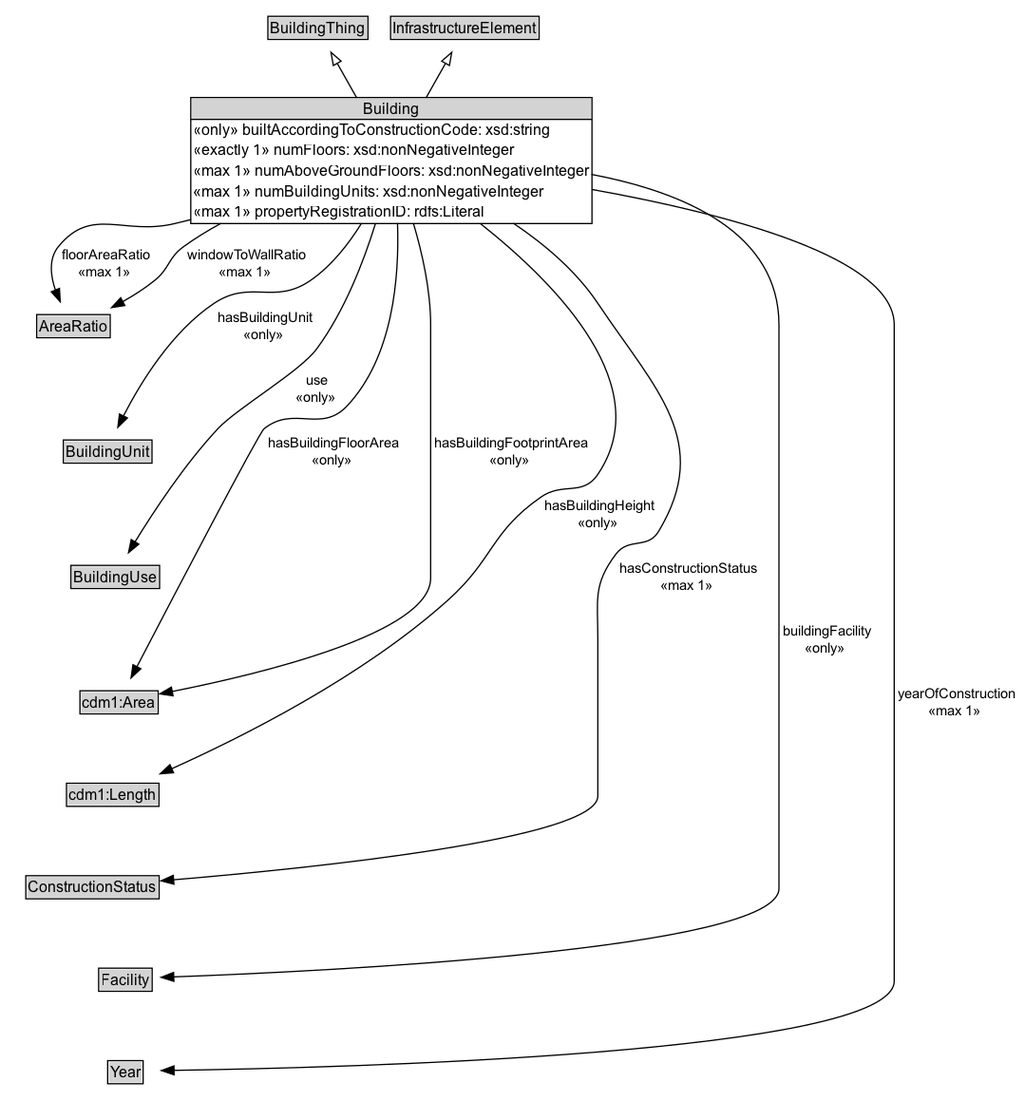
ISO-TC204/ontology-cdm-p2-v1 keeps this Graphviz diagram as docs/diagrams/Building.dot.png. Above is the earlier version. Its source is kept beside it as docs/diagrams/Building.dot.
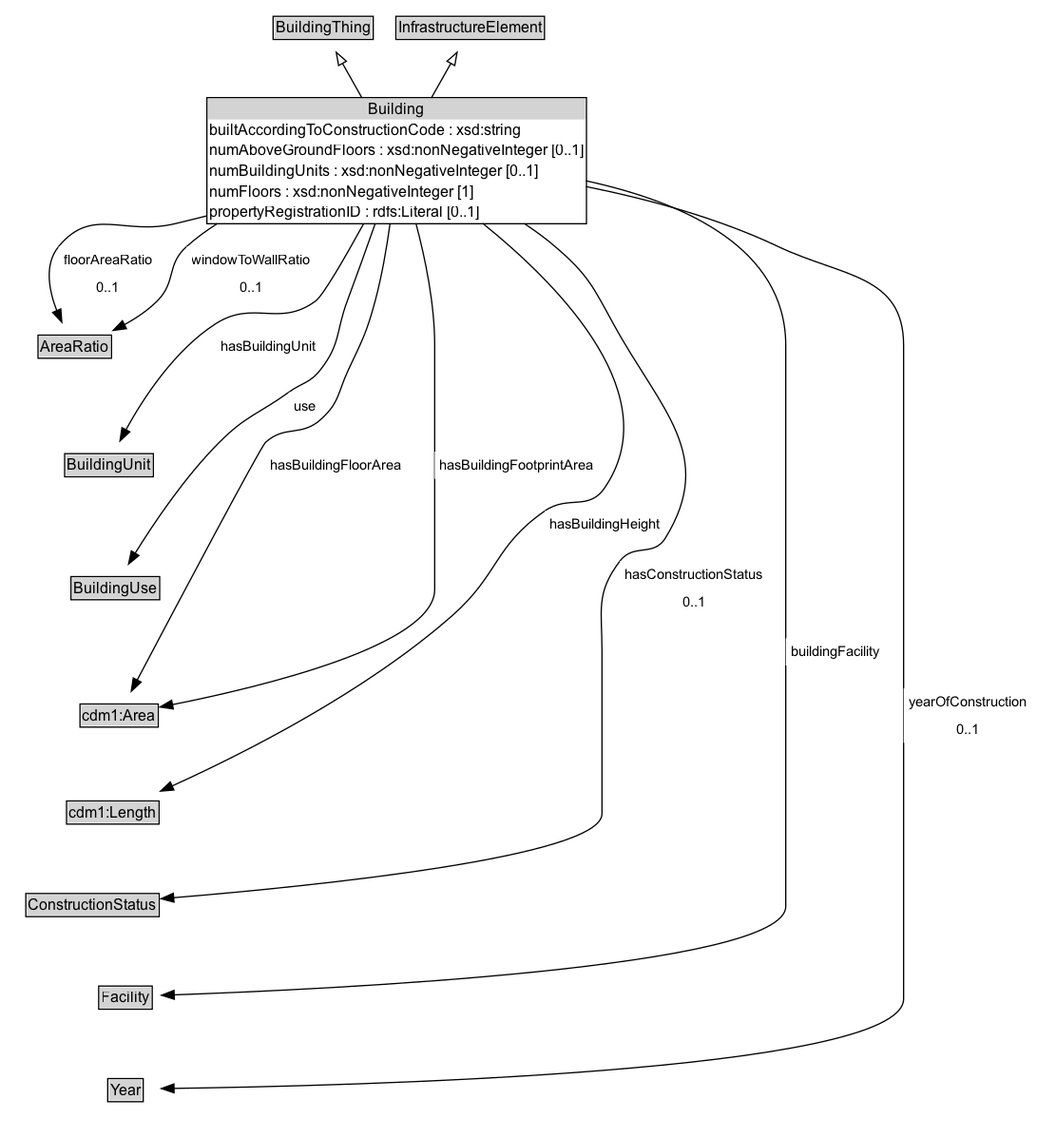
The same diagram one commit later.

The edit, as a diff of the source:
```diff
@@ -3,24 +3,27 @@
 	node [fontname=Arial fontsize=12 margin=0 shape=none]
 	edge [fontname=Arial fontsize=11]
 	{
+		rank=source
+		BuildingThing [label=<<TABLE BORDER="1" CELLBORDER="0" CELLSPACING="0" CELLPADDING="1"><TR><TD BGCOLOR="lightgray" ALIGN="CENTER">BuildingThing</TD></TR></TABLE>> URL="../BuildingThing" margin=0]
+		InfrastructureElement [label=<<TABLE BORDER="1" CELLBORDER="0" CELLSPACING="0" CELLPADDING="1"><TR><TD BGCOLOR="lightgray" ALIGN="CENTER">InfrastructureElement</TD></TR></TABLE>> URL="../InfrastructureElement" margin=0]
+	}
+	Building [label=<<TABLE BORDER="1" CELLBORDER="0" CELLSPACING="0" CELLPADDING="1"><TR><TD BGCOLOR="lightgray" ALIGN="CENTER">Building</TD></TR><TR><TD ALIGN="LEFT">builtAccordingToConstructionCode : xsd:string</TD></TR><TR><TD ALIGN="LEFT">numAboveGroundFloors : xsd:nonNegativeInteger [0..1]</TD></TR><TR><TD ALIGN="LEFT">numBuildingUnits : xsd:nonNegativeInteger [0..1]</TD></TR><TR><TD ALIGN="LEFT">numFloors : xsd:nonNegativeInteger [1]</TD></TR><TR><TD ALIGN="LEFT">propertyRegistrationID : rdfs:Literal [0..1]</TD></TR></TABLE>> URL="../Building" margin=0]
+	{
 		rank=max
-		Building [label=<<TABLE BORDER="1" CELLBORDER="0" CELLSPACING="0" CELLPADDING="1"><TR><TD BGCOLOR="lightgray" ALIGN="CENTER" PORT="e">Building</TD></TR><HR/><TR><TD ALIGN="LEFT">«only» builtAccordingToConstructionCode: xsd:string</TD></TR><TR><TD ALIGN="LEFT">«exactly 1» numFloors: xsd:nonNegativeInteger</TD></TR><TR><TD ALIGN="LEFT">«max 1» numAboveGroundFloors: xsd:nonNegativeInteger</TD></TR><TR><TD ALIGN="LEFT">«max 1» numBuildingUnits: xsd:nonNegativeInteger</TD></TR><TR><TD ALIGN="LEFT">«max 1» propertyRegistrationID: rdfs:Literal</TD></TR></TABLE>> URL="../Building.md" margin=0]
 	}
 	subgraph cluster_associated {
 		label="" style=invis
 		Invis [label=<<TABLE BORDER="0" CELLBORDER="0" CELLSPACING="0" CELLPADDING="1"><TR><TD></TD></TR></TABLE>> margin=0 style=invis]
-		AreaRatio [label=<<TABLE BORDER="1" CELLBORDER="0" CELLSPACING="0" CELLPADDING="1"><TR><TD BGCOLOR="lightgray" ALIGN="CENTER">AreaRatio</TD></TR></TABLE>> URL="../AreaRatio.md" margin=0]
-		BuildingUnit [label=<<TABLE BORDER="1" CELLBORDER="0" CELLSPACING="0" CELLPADDING="1"><TR><TD BGCOLOR="lightgray" ALIGN="CENTER">BuildingUnit</TD></TR></TABLE>> URL="../BuildingUnit.md" margin=0]
-		BuildingUse [label=<<TABLE BORDER="1" CELLBORDER="0" CELLSPACING="0" CELLPADDING="1"><TR><TD BGCOLOR="lightgray" ALIGN="CENTER">BuildingUse</TD></TR></TABLE>> URL="../BuildingUse.md" margin=0]
-		cdm1_Area [label=<<TABLE BORDER="1" CELLBORDER="0" CELLSPACING="0" CELLPADDING="1"><TR><TD BGCOLOR="lightgray" ALIGN="CENTER">cdm1:Area</TD></TR></TABLE>> margin=0]
-		cdm1_Length [label=<<TABLE BORDER="1" CELLBORDER="0" CELLSPACING="0" CELLPADDING="1"><TR><TD BGCOLOR="lightgray" ALIGN="CENTER">cdm1:Length</TD></TR></TABLE>> margin=0]
-		ConstructionStatus [label=<<TABLE BORDER="1" CELLBORDER="0" CELLSPACING="0" CELLPADDING="1"><TR><TD BGCOLOR="lightgray" ALIGN="CENTER">ConstructionStatus</TD></TR></TABLE>> URL="../ConstructionStatus.md" margin=0]
-		Facility [label=<<TABLE BORDER="1" CELLBORDER="0" CELLSPACING="0" CELLPADDING="1"><TR><TD BGCOLOR="lightgray" ALIGN="CENTER">Facility</TD></TR></TABLE>> URL="../Facility.md" margin=0]
-		Year [label=<<TABLE BORDER="1" CELLBORDER="0" CELLSPACING="0" CELLPADDING="1"><TR><TD BGCOLOR="lightgray" ALIGN="CENTER">Year</TD></TR></TABLE>> URL="../Year.md" margin=0]
+		AreaRatio [label=<<TABLE BORDER="1" CELLBORDER="0" CELLSPACING="0" CELLPADDING="1"><TR><TD BGCOLOR="lightgray" ALIGN="CENTER">AreaRatio</TD></TR></TABLE>> URL="../AreaRatio" margin=0]
+		BuildingUnit [label=<<TABLE BORDER="1" CELLBORDER="0" CELLSPACING="0" CELLPADDING="1"><TR><TD BGCOLOR="lightgray" ALIGN="CENTER">BuildingUnit</TD></TR></TABLE>> URL="../BuildingUnit" margin=0]
+		BuildingUse [label=<<TABLE BORDER="1" CELLBORDER="0" CELLSPACING="0" CELLPADDING="1"><TR><TD BGCOLOR="lightgray" ALIGN="CENTER">BuildingUse</TD></TR></TABLE>> URL="../BuildingUse" margin=0]
+		cdm1_Area [label=<<TABLE BORDER="1" CELLBORDER="0" CELLSPACING="0" CELLPADDING="1"><TR><TD BGCOLOR="lightgray" ALIGN="CENTER">cdm1:Area</TD></TR></TABLE>> URL="https://w3id.org/citydata/part1/v1/Area" margin=0]
+		cdm1_Length [label=<<TABLE BORDER="1" CELLBORDER="0" CELLSPACING="0" CELLPADDING="1"><TR><TD BGCOLOR="lightgray" ALIGN="CENTER">cdm1:Length</TD></TR></TABLE>> URL="https://w3id.org/citydata/part1/v1/Length" margin=0]
+		ConstructionStatus [label=<<TABLE BORDER="1" CELLBORDER="0" CELLSPACING="0" CELLPADDING="1"><TR><TD BGCOLOR="lightgray" ALIGN="CENTER">ConstructionStatus</TD></TR></TABLE>> URL="../ConstructionStatus" margin=0]
+		Facility [label=<<TABLE BORDER="1" CELLBORDER="0" CELLSPACING="0" CELLPADDING="1"><TR><TD BGCOLOR="lightgray" ALIGN="CENTER">Facility</TD></TR></TABLE>> URL="../Facility" margin=0]
+		Year [label=<<TABLE BORDER="1" CELLBORDER="0" CELLSPACING="0" CELLPADDING="1"><TR><TD BGCOLOR="lightgray" ALIGN="CENTER">Year</TD></TR></TABLE>> URL="../Year" margin=0]
 	}
-	BuildingThing [label=<<TABLE BORDER="1" CELLBORDER="0" CELLSPACING="0" CELLPADDING="1"><TR><TD BGCOLOR="lightgray" ALIGN="CENTER">BuildingThing</TD></TR></TABLE>> URL="../BuildingThing.md" margin=0]
 	Building -> BuildingThing [arrowhead=onormal style=solid]
-	InfrastructureElement [label=<<TABLE BORDER="1" CELLBORDER="0" CELLSPACING="0" CELLPADDING="1"><TR><TD BGCOLOR="lightgray" ALIGN="CENTER">InfrastructureElement</TD></TR></TABLE>> URL="../InfrastructureElement.md" margin=0]
 	Building -> InfrastructureElement [arrowhead=onormal style=solid]
 	Building -> Invis [style=invis]
 	Invis -> AreaRatio [style=invis]
@@ -31,24 +34,22 @@
 	cdm1_Length -> ConstructionStatus [style=invis]
 	ConstructionStatus -> Facility [style=invis]
 	Facility -> Year [style=invis]
-	Building -> Year [label=" yearOfConstruction
- «max 1»  " arrowhead=normal style=solid]
-	Building -> Facility [label=" buildingFacility
- «only»  " arrowhead=normal style=solid]
-	Building -> cdm1_Area [label=" hasBuildingFloorArea
- «only»  " arrowhead=normal style=solid]
-	Building -> cdm1_Area [label=" hasBuildingFootprintArea
- «only»  " arrowhead=normal style=solid]
-	Building -> cdm1_Length [label=" hasBuildingHeight
- «only»  " arrowhead=normal style=solid]
-	Building -> BuildingUnit [label=" hasBuildingUnit
- «only»  " arrowhead=normal style=solid]
-	Building -> BuildingUse [label=" use
- «only»  " arrowhead=normal style=solid]
-	Building -> AreaRatio [label=" floorAreaRatio
- «max 1»  " arrowhead=normal style=solid]
-	Building -> ConstructionStatus [label=" hasConstructionStatus
- «max 1»  " arrowhead=normal style=solid]
-	Building -> AreaRatio [label=" windowToWallRatio
- «max 1»  " arrowhead=normal style=solid]
+	cdm1_Length [label=<<TABLE BORDER="1" CELLBORDER="0" CELLSPACING="0" CELLPADDING="1"><TR><TD BGCOLOR="lightgray" ALIGN="CENTER">cdm1:Length</TD></TR></TABLE>> URL="https://w3id.org/citydata/part1/v1/Length" margin=0]
+	Building -> cdm1_Length [label=<<TABLE BORDER="0" CELLBORDER="0" CELLSPACING="0" CELLPADDING="4" BGCOLOR="white"><TR><TD ALIGN="CENTER">hasBuildingHeight</TD></TR></TABLE>> arrowhead=normal style=solid]
+	BuildingUse [label=<<TABLE BORDER="1" CELLBORDER="0" CELLSPACING="0" CELLPADDING="1"><TR><TD BGCOLOR="lightgray" ALIGN="CENTER">BuildingUse</TD></TR></TABLE>> URL="../BuildingUse" margin=0]
+	Building -> BuildingUse [label=<<TABLE BORDER="0" CELLBORDER="0" CELLSPACING="0" CELLPADDING="4" BGCOLOR="white"><TR><TD ALIGN="CENTER">use</TD></TR></TABLE>> arrowhead=normal style=solid]
+	BuildingUnit [label=<<TABLE BORDER="1" CELLBORDER="0" CELLSPACING="0" CELLPADDING="1"><TR><TD BGCOLOR="lightgray" ALIGN="CENTER">BuildingUnit</TD></TR></TABLE>> URL="../BuildingUnit" margin=0]
+	Building -> BuildingUnit [label=<<TABLE BORDER="0" CELLBORDER="0" CELLSPACING="0" CELLPADDING="4" BGCOLOR="white"><TR><TD ALIGN="CENTER">hasBuildingUnit</TD></TR></TABLE>> arrowhead=normal style=solid]
+	AreaRatio [label=<<TABLE BORDER="1" CELLBORDER="0" CELLSPACING="0" CELLPADDING="1"><TR><TD BGCOLOR="lightgray" ALIGN="CENTER">AreaRatio</TD></TR></TABLE>> URL="../AreaRatio" margin=0]
+	Building -> AreaRatio [label=<<TABLE BORDER="0" CELLBORDER="0" CELLSPACING="0" CELLPADDING="4" BGCOLOR="white"><TR><TD ALIGN="CENTER">floorAreaRatio</TD></TR><TR><TD ALIGN="CENTER">0..1</TD></TR></TABLE>> arrowhead=normal style=solid]
+	cdm1_Area [label=<<TABLE BORDER="1" CELLBORDER="0" CELLSPACING="0" CELLPADDING="1"><TR><TD BGCOLOR="lightgray" ALIGN="CENTER">cdm1:Area</TD></TR></TABLE>> URL="https://w3id.org/citydata/part1/v1/Area" margin=0]
+	Building -> cdm1_Area [label=<<TABLE BORDER="0" CELLBORDER="0" CELLSPACING="0" CELLPADDING="4" BGCOLOR="white"><TR><TD ALIGN="CENTER">hasBuildingFloorArea</TD></TR></TABLE>> arrowhead=normal style=solid]
+	Facility [label=<<TABLE BORDER="1" CELLBORDER="0" CELLSPACING="0" CELLPADDING="1"><TR><TD BGCOLOR="lightgray" ALIGN="CENTER">Facility</TD></TR></TABLE>> URL="../Facility" margin=0]
+	Building -> Facility [label=<<TABLE BORDER="0" CELLBORDER="0" CELLSPACING="0" CELLPADDING="4" BGCOLOR="white"><TR><TD ALIGN="CENTER">buildingFacility</TD></TR></TABLE>> arrowhead=normal style=solid]
+	ConstructionStatus [label=<<TABLE BORDER="1" CELLBORDER="0" CELLSPACING="0" CELLPADDING="1"><TR><TD BGCOLOR="lightgray" ALIGN="CENTER">ConstructionStatus</TD></TR></TABLE>> URL="../ConstructionStatus" margin=0]
+	Building -> ConstructionStatus [label=<<TABLE BORDER="0" CELLBORDER="0" CELLSPACING="0" CELLPADDING="4" BGCOLOR="white"><TR><TD ALIGN="CENTER">hasConstructionStatus</TD></TR><TR><TD ALIGN="CENTER">0..1</TD></TR></TABLE>> arrowhead=normal style=solid]
+	Building -> AreaRatio [label=<<TABLE BORDER="0" CELLBORDER="0" CELLSPACING="0" CELLPADDING="4" BGCOLOR="white"><TR><TD ALIGN="CENTER">windowToWallRatio</TD></TR><TR><TD ALIGN="CENTER">0..1</TD></TR></TABLE>> arrowhead=normal style=solid]
+	Building -> cdm1_Area [label=<<TABLE BORDER="0" CELLBORDER="0" CELLSPACING="0" CELLPADDING="4" BGCOLOR="white"><TR><TD ALIGN="CENTER">hasBuildingFootprintArea</TD></TR></TABLE>> arrowhead=normal style=solid]
+	Year [label=<<TABLE BORDER="1" CELLBORDER="0" CELLSPACING="0" CELLPADDING="1"><TR><TD BGCOLOR="lightgray" ALIGN="CENTER">Year</TD></TR></TABLE>> URL="../Year" margin=0]
+	Building -> Year [label=<<TABLE BORDER="0" CELLBORDER="0" CELLSPACING="0" CELLPADDING="4" BGCOLOR="white"><TR><TD ALIGN="CENTER">yearOfConstruction</TD></TR><TR><TD ALIGN="CENTER">0..1</TD></TR></TABLE>> arrowhead=normal style=solid]
 }
```
